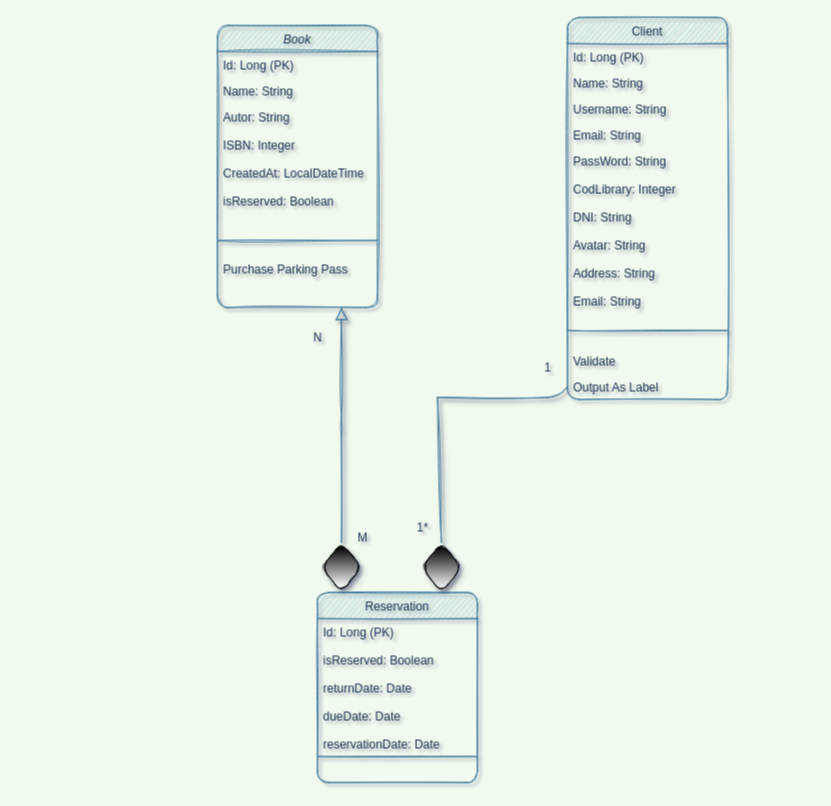
marioDAM/Spring-Book keeps this draw.io diagram as diagram/Diagrama de clases BookLibrary.drawio. Above is the earlier version. Source tidied: cells renumbered, new cells numbered last; positions are measured from the earlier drawing's top-left corner, leaving out a move shared by most shapes. Both pictures are drawn from the tidied source at 100%, with x=0, y=0 at pixel (217, 17).
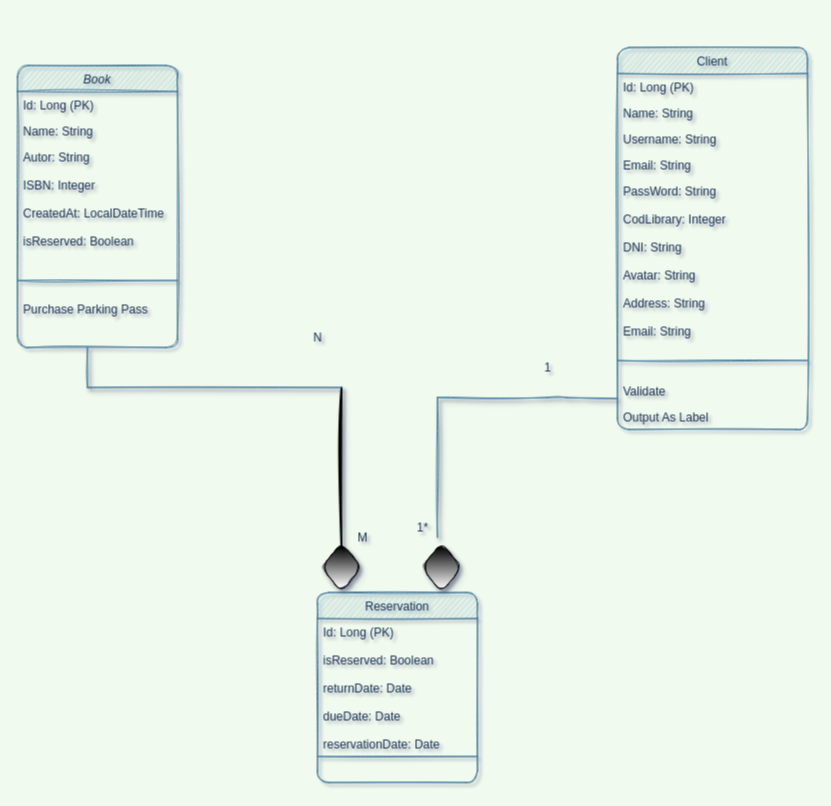
After the change.

Unchanged cells that the change refers to:
```xml
<mxCell id="27" style="rhombus;whiteSpace=wrap;html=1;rounded=1;sketch=1;fontColor=#000000;strokeColor=#000000;fillColor=#000000;shadow=1;labelBackgroundColor=#000000;labelBorderColor=default;gradientColor=#ffffff;" parent="1" vertex="1">
  <mxGeometry x="104" y="525" width="40" height="50" as="geometry" />
</mxCell>
<mxCell id="29" style="rhombus;whiteSpace=wrap;html=1;rounded=1;sketch=1;fontColor=#000000;strokeColor=#000000;fillColor=#000000;shadow=1;labelBackgroundColor=#000000;labelBorderColor=default;gradientColor=#ffffff;" parent="1" vertex="1">
  <mxGeometry x="204" y="525" width="40" height="50" as="geometry" />
</mxCell>
```

Diff of the diagram source:
```diff
@@
     <mxCell id="2" value="Book" style="swimlane;fontStyle=2;align=center;verticalAlign=top;horizontal=1;startSize=26;rounded=1;shadow=0;strokeWidth=1;fillColor=#A8DADC;strokeColor=#457B9D;fontColor=#1D3557;sketch=1;" parent="1" vertex="1">
-      <mxGeometry y="8" width="160" height="282" as="geometry" />
+      <mxGeometry x="-200" y="48" width="160" height="282" as="geometry" />
     </mxCell>
@@
-    <mxCell id="11" style="endArrow=block;endSize=10;endFill=0;shadow=1;strokeWidth=1;rounded=1;edgeStyle=elbowEdgeStyle;elbow=vertical;strokeColor=#457B9D;fontColor=#1D3557;labelBackgroundColor=#F1FAEE;sketch=1;startArrow=none;" parent="1" edge="1" source="27" target="2">
-      <mxGeometry relative="1" as="geometry">
-        <Array as="points">
-          <mxPoint x="124" y="410" />
-        </Array>
-      </mxGeometry>
-    </mxCell>
     <mxCell id="12" value="Client" style="swimlane;fontStyle=0;align=center;verticalAlign=top;horizontal=1;startSize=26;rounded=1;shadow=0;strokeWidth=1;fillColor=#A8DADC;strokeColor=#457B9D;fontColor=#1D3557;sketch=1;" parent="1" vertex="1">
-      <mxGeometry x="350" width="160" height="382" as="geometry" />
+      <mxGeometry x="400" y="30" width="190" height="382" as="geometry" />
     </mxCell>
     <mxCell id="13" value="Id: Long (PK)&#10;" style="text;align=left;verticalAlign=top;spacingLeft=4;spacingRight=4;overflow=hidden;fontColor=#1D3557;sketch=1;rounded=1;" parent="12" vertex="1">
-      <mxGeometry y="26" width="160" height="26" as="geometry" />
+      <mxGeometry y="26" width="190" height="26" as="geometry" />
     </mxCell>
     <mxCell id="14" value="Name: String" style="text;align=left;verticalAlign=top;spacingLeft=4;spacingRight=4;overflow=hidden;rounded=1;shadow=0;html=0;fontColor=#1D3557;sketch=1;" parent="12" vertex="1">
-      <mxGeometry y="52" width="160" height="26" as="geometry" />
+      <mxGeometry y="52" width="190" height="26" as="geometry" />
     </mxCell>
     <mxCell id="15" value="Username: String" style="text;align=left;verticalAlign=top;spacingLeft=4;spacingRight=4;overflow=hidden;rounded=1;shadow=0;html=0;fontColor=#1D3557;sketch=1;" parent="12" vertex="1">
-      <mxGeometry y="78" width="160" height="26" as="geometry" />
+      <mxGeometry y="78" width="190" height="26" as="geometry" />
     </mxCell>
     <mxCell id="16" value="Email: String" style="text;align=left;verticalAlign=top;spacingLeft=4;spacingRight=4;overflow=hidden;rounded=1;shadow=0;html=0;fontColor=#1D3557;sketch=1;" parent="12" vertex="1">
-      <mxGeometry y="104" width="160" height="26" as="geometry" />
+      <mxGeometry y="104" width="190" height="26" as="geometry" />
     </mxCell>
     <mxCell id="17" value="PassWord: String&#10;&#10;CodLibrary: Integer&#10;&#10;DNI: String&#10;&#10;Avatar: String&#10;&#10;Address: String" style="text;align=left;verticalAlign=top;spacingLeft=4;spacingRight=4;overflow=hidden;rounded=1;shadow=0;html=0;fontColor=#1D3557;sketch=1;" parent="12" vertex="1">
-      <mxGeometry y="130" width="160" height="140" as="geometry" />
+      <mxGeometry y="130" width="190" height="140" as="geometry" />
     </mxCell>
     <mxCell id="18" value="Email: String" style="text;align=left;verticalAlign=top;spacingLeft=4;spacingRight=4;overflow=hidden;rounded=1;shadow=0;html=0;fontColor=#1D3557;sketch=1;" parent="12" vertex="1">
-      <mxGeometry y="270" width="160" height="26" as="geometry" />
+      <mxGeometry y="270" width="190" height="26" as="geometry" />
     </mxCell>
     <mxCell id="19" style="line;html=1;strokeWidth=1;align=left;verticalAlign=middle;spacingTop=-1;spacingLeft=3;spacingRight=3;labelPosition=right;fillColor=#A8DADC;strokeColor=#457B9D;fontColor=#1D3557;labelBackgroundColor=#F1FAEE;sketch=1;rounded=1;" parent="12" vertex="1">
-      <mxGeometry y="296" width="160" height="34" as="geometry" />
+      <mxGeometry y="296" width="190" height="34" as="geometry" />
     </mxCell>
     <mxCell id="20" value="Validate" style="text;align=left;verticalAlign=top;spacingLeft=4;spacingRight=4;overflow=hidden;points=[[0,0.5],[1,0.5]];portConstraint=eastwest;fontColor=#1D3557;sketch=1;rounded=1;" parent="12" vertex="1">
-      <mxGeometry y="330" width="160" height="26" as="geometry" />
+      <mxGeometry y="330" width="190" height="26" as="geometry" />
     </mxCell>
     <mxCell id="21" value="Output As Label" style="text;align=left;verticalAlign=top;spacingLeft=4;spacingRight=4;overflow=hidden;points=[[0,0.5],[1,0.5]];portConstraint=eastwest;fontColor=#1D3557;sketch=1;rounded=1;" parent="12" vertex="1">
-      <mxGeometry y="356" width="160" height="26" as="geometry" />
+      <mxGeometry y="356" width="190" height="26" as="geometry" />
     </mxCell>
@@
-    <mxCell id="24" style="endArrow=none;html=1;rounded=1;shadow=1;sketch=1;fontColor=#1D3557;strokeColor=#457B9D;fillColor=#A8DADC;entryX=0;entryY=0.5;entryDx=0;entryDy=0;" parent="1" edge="1" target="21">
+    <mxCell id="24" style="endArrow=none;html=1;rounded=1;shadow=1;sketch=1;fontColor=#1D3557;strokeColor=#457B9D;fillColor=#A8DADC;entryX=0;entryY=0.808;entryDx=0;entryDy=0;entryPerimeter=0;" parent="1" edge="1" target="20">
       <mxGeometry relative="1" as="geometry">
         <mxPoint x="220" y="380" as="sourcePoint" />
         <Array as="points">
           <mxPoint x="340" y="380" />
         </Array>
       </mxGeometry>
     </mxCell>
@@
-    <mxCell id="30" style="endArrow=none;html=1;rounded=1;shadow=1;sketch=1;fontColor=#000000;strokeColor=#457B9D;fillColor=#A8DADC;exitX=0.5;exitY=0;exitDx=0;exitDy=0;" parent="1" edge="1" source="29">
+    <mxCell id="30" style="endArrow=none;html=1;rounded=1;shadow=1;sketch=1;fontColor=#000000;strokeColor=#457B9D;fillColor=#A8DADC;" parent="1" edge="1">
       <mxGeometry relative="1" as="geometry">
+        <mxPoint x="220" y="520" as="sourcePoint" />
         <mxPoint x="220" y="380" as="targetPoint" />
       </mxGeometry>
     </mxCell>
+    <mxCell id="31" style="line;strokeWidth=2;direction=south;html=1;rounded=1;shadow=1;labelBackgroundColor=#000000;labelBorderColor=default;sketch=1;fontColor=#000000;fillColor=#000000;gradientColor=#ffffff;" parent="1" vertex="1">
+      <mxGeometry x="119" y="370" width="10" height="160" as="geometry" />
+    </mxCell>
+    <mxCell id="32" style="endArrow=none;html=1;rounded=1;shadow=1;sketch=1;fontColor=#000000;strokeColor=#457B9D;fillColor=#A8DADC;entryX=0;entryY=0.5;entryDx=0;entryDy=0;entryPerimeter=0;" parent="1" edge="1" target="31">
+      <mxGeometry relative="1" as="geometry">
+        <mxPoint x="-130" y="370" as="sourcePoint" />
+      </mxGeometry>
+    </mxCell>
+    <mxCell id="33" style="endArrow=none;html=1;rounded=1;shadow=1;sketch=1;fontColor=#000000;strokeColor=#457B9D;fillColor=#A8DADC;" parent="1" edge="1">
+      <mxGeometry relative="1" as="geometry">
+        <mxPoint x="-130" y="370" as="sourcePoint" />
+        <mxPoint x="-130" y="330" as="targetPoint" />
+      </mxGeometry>
+    </mxCell>
```
